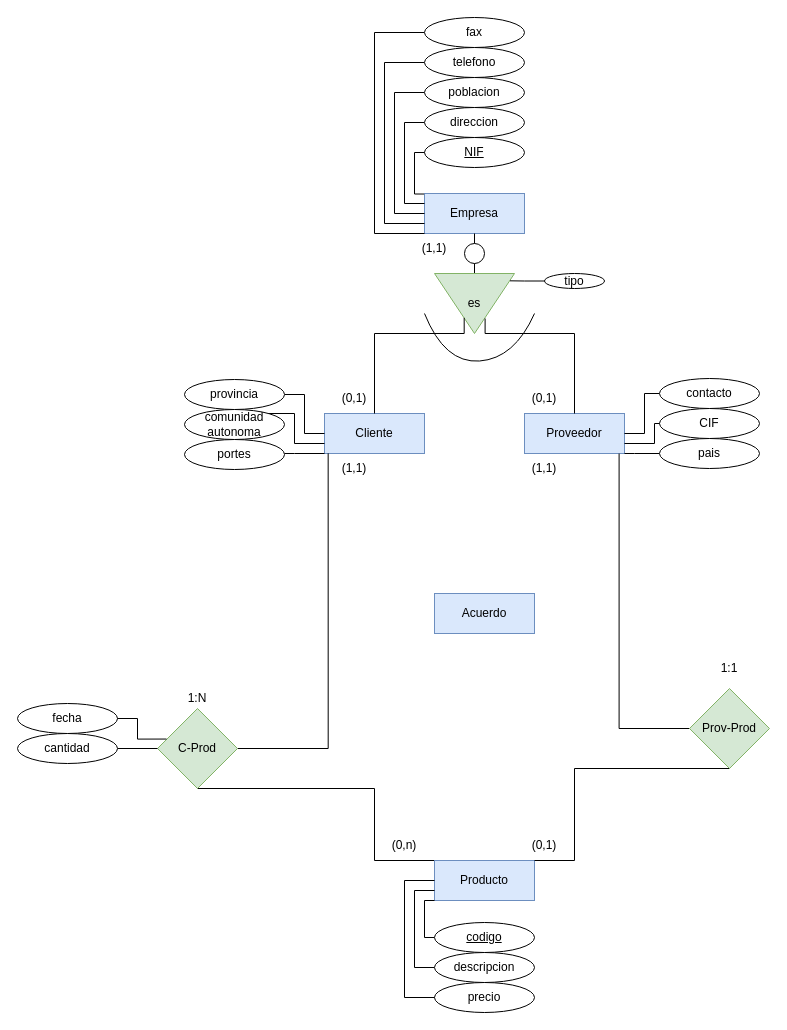
This is Unidad_1/Tareas/Tareas_entregables/Tarea_4/Empresa.drawio from OxideVanadium/base_de_datos, a draw.io file, before an edit. Source tidied: cells renumbered, new cells numbered last; positions are measured from the earlier drawing's top-left corner, leaving out a move shared by most shapes. Both pictures are drawn from the tidied source at 100%, with x=0, y=0 at pixel (17, 17).
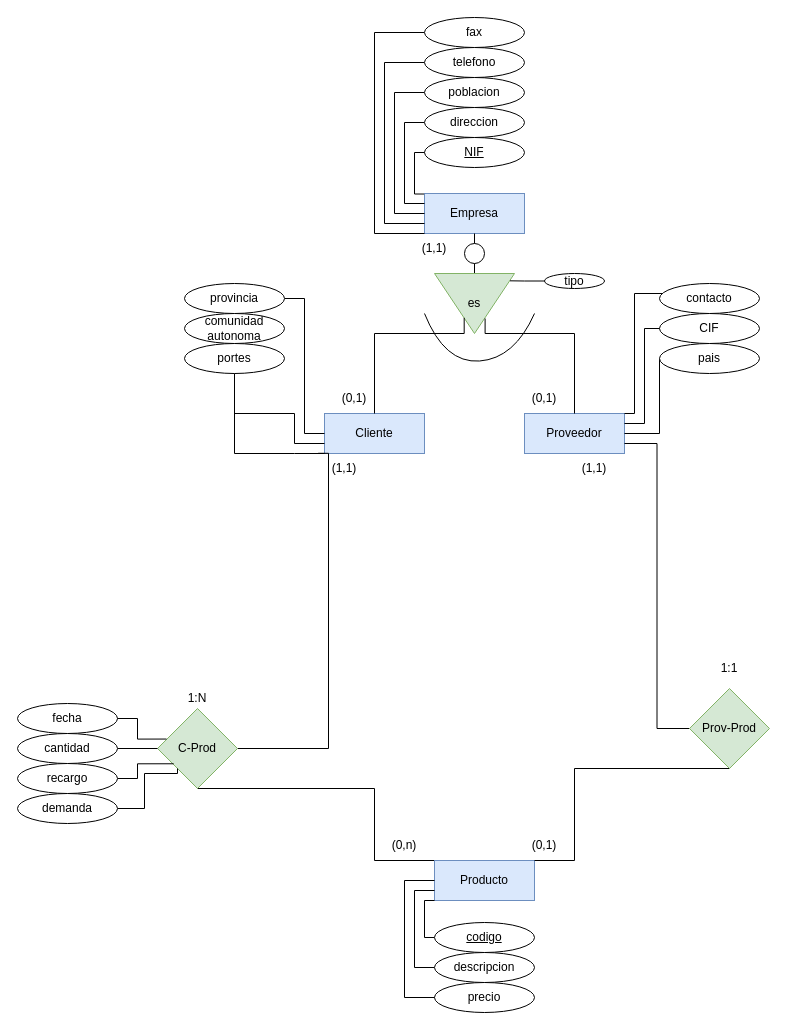
Above is the later version.

The change refers to these unchanged cells:
```xml
<mxCell id="4" value="Proveedor" style="whiteSpace=wrap;html=1;align=center;fillColor=#dae8fc;strokeColor=#6c8ebf;" parent="1" vertex="1">
  <mxGeometry x="507" y="396" width="100" height="40" as="geometry" />
</mxCell>
<mxCell id="36" value="Prov-Prod" style="rhombus;whiteSpace=wrap;html=1;fillColor=#d5e8d4;strokeColor=#82b366;" parent="1" vertex="1">
  <mxGeometry x="672" y="671" width="80" height="80" as="geometry" />
</mxCell>
<mxCell id="38" value="C-Prod" style="rhombus;whiteSpace=wrap;html=1;fillColor=#d5e8d4;strokeColor=#82b366;" parent="1" vertex="1">
  <mxGeometry x="140" y="691" width="80" height="80" as="geometry" />
</mxCell>
```

Change to the diagram source:
```diff
@@
     <mxCell id="24" value="provincia" style="ellipse;whiteSpace=wrap;html=1;align=center;" parent="1" vertex="1">
-      <mxGeometry x="167" y="362" width="100" height="30" as="geometry" />
+      <mxGeometry x="167" y="266" width="100" height="30" as="geometry" />
     </mxCell>
@@
     <mxCell id="26" value="comunidad autonoma" style="ellipse;whiteSpace=wrap;html=1;align=center;" parent="1" vertex="1">
-      <mxGeometry x="167" y="392" width="100" height="30" as="geometry" />
+      <mxGeometry x="167" y="296" width="100" height="30" as="geometry" />
     </mxCell>
@@
     <mxCell id="28" value="portes" style="ellipse;whiteSpace=wrap;html=1;align=center;" parent="1" vertex="1">
-      <mxGeometry x="167" y="422" width="100" height="30" as="geometry" />
+      <mxGeometry x="167" y="326" width="100" height="30" as="geometry" />
     </mxCell>
-    <mxCell id="29" style="edgeStyle=orthogonalEdgeStyle;rounded=0;jettySize=auto;html=1;entryX=1;entryY=0.5;entryDx=0;entryDy=0;endArrow=none;endFill=0;" parent="1" edge="1" source="30" target="4">
+    <mxCell id="29" style="edgeStyle=orthogonalEdgeStyle;rounded=0;jettySize=auto;html=1;entryX=1;entryY=0;entryDx=0;entryDy=0;endArrow=none;endFill=0;" parent="1" edge="1" source="30" target="4">
       <mxGeometry relative="1" as="geometry">
         <Array as="points">
-          <mxPoint x="627" y="376" />
-          <mxPoint x="627" y="416" />
+          <mxPoint x="617" y="276" />
+          <mxPoint x="617" y="396" />
         </Array>
       </mxGeometry>
     </mxCell>
     <mxCell id="30" value="contacto" style="ellipse;whiteSpace=wrap;html=1;align=center;" parent="1" vertex="1">
-      <mxGeometry x="642" y="361" width="100" height="30" as="geometry" />
+      <mxGeometry x="642" y="266" width="100" height="30" as="geometry" />
     </mxCell>
     <mxCell id="31" value="CIF" style="ellipse;whiteSpace=wrap;html=1;align=center;" parent="1" vertex="1">
-      <mxGeometry x="642" y="391" width="100" height="30" as="geometry" />
+      <mxGeometry x="642" y="296" width="100" height="30" as="geometry" />
     </mxCell>
-    <mxCell id="32" style="edgeStyle=orthogonalEdgeStyle;rounded=0;jettySize=auto;html=1;entryX=1;entryY=1;entryDx=0;entryDy=0;endArrow=none;endFill=0;" parent="1" edge="1" source="33" target="4">
+    <mxCell id="32" style="edgeStyle=orthogonalEdgeStyle;rounded=0;jettySize=auto;html=1;entryX=1;entryY=0.5;entryDx=0;entryDy=0;endArrow=none;endFill=0;exitX=0;exitY=0.5;exitDx=0;exitDy=0;" parent="1" edge="1" source="33" target="4">
       <mxGeometry relative="1" as="geometry">
         <Array as="points">
-          <mxPoint x="617" y="436" />
-          <mxPoint x="617" y="436" />
+          <mxPoint x="642" y="416" />
         </Array>
       </mxGeometry>
     </mxCell>
     <mxCell id="33" value="pais" style="ellipse;whiteSpace=wrap;html=1;align=center;" parent="1" vertex="1">
-      <mxGeometry x="642" y="421" width="100" height="30" as="geometry" />
+      <mxGeometry x="642" y="326" width="100" height="30" as="geometry" />
     </mxCell>
-    <mxCell id="34" style="edgeStyle=orthogonalEdgeStyle;rounded=0;jettySize=auto;html=1;entryX=0.946;entryY=1.002;entryDx=0;entryDy=0;endArrow=none;endFill=0;entryPerimeter=0;" parent="1" edge="1" source="36" target="4">
+    <mxCell id="34" style="edgeStyle=orthogonalEdgeStyle;rounded=0;jettySize=auto;html=1;entryX=1;entryY=0.75;entryDx=0;entryDy=0;endArrow=none;endFill=0;" parent="1" edge="1" source="36" target="4">
       <mxGeometry relative="1" as="geometry" />
     </mxCell>
@@
-    <mxCell id="40" style="edgeStyle=orthogonalEdgeStyle;rounded=0;jettySize=auto;html=1;endArrow=none;endFill=0;" parent="1" edge="1" source="31">
+    <mxCell id="40" style="edgeStyle=orthogonalEdgeStyle;rounded=0;jettySize=auto;html=1;endArrow=none;endFill=0;entryX=1;entryY=0.25;entryDx=0;entryDy=0;" parent="1" edge="1" source="31" target="4">
       <mxGeometry relative="1" as="geometry">
-        <mxPoint x="607" y="426" as="targetPoint" />
         <Array as="points">
-          <mxPoint x="637" y="406" />
-          <mxPoint x="637" y="426" />
+          <mxPoint x="627" y="311" />
+          <mxPoint x="627" y="406" />
         </Array>
       </mxGeometry>
     </mxCell>
@@
     <mxCell id="55" value="(1,1)" style="text;html=1;strokeColor=none;fillColor=none;align=center;verticalAlign=middle;whiteSpace=wrap;rounded=0;" parent="1" vertex="1">
-      <mxGeometry x="497" y="436" width="60" height="30" as="geometry" />
+      <mxGeometry x="547" y="436" width="60" height="30" as="geometry" />
     </mxCell>
@@
     <mxCell id="59" value="(1,1)" style="text;html=1;strokeColor=none;fillColor=none;align=center;verticalAlign=middle;whiteSpace=wrap;rounded=0;" parent="1" vertex="1">
-      <mxGeometry x="307" y="436" width="60" height="30" as="geometry" />
+      <mxGeometry x="297" y="436" width="60" height="30" as="geometry" />
     </mxCell>
@@
-    <mxCell id="63" value="Acuerdo" style="whiteSpace=wrap;html=1;align=center;fillColor=#dae8fc;strokeColor=#6c8ebf;" parent="1" vertex="1">
-      <mxGeometry x="417" y="576" width="100" height="40" as="geometry" />
-    </mxCell>
+    <mxCell id="64" style="edgeStyle=orthogonalEdgeStyle;rounded=0;jettySize=auto;html=1;entryX=0.202;entryY=0.691;entryDx=0;entryDy=0;entryPerimeter=0;endArrow=none;endFill=0;exitX=1;exitY=0.5;exitDx=0;exitDy=0;" parent="1" edge="1" source="65" target="38">
+      <mxGeometry relative="1" as="geometry" />
+    </mxCell>
+    <mxCell id="65" value="recargo" style="ellipse;whiteSpace=wrap;html=1;align=center;" parent="1" vertex="1">
+      <mxGeometry y="746" width="100" height="30" as="geometry" />
+    </mxCell>
+    <mxCell id="66" style="edgeStyle=orthogonalEdgeStyle;rounded=0;jettySize=auto;html=1;entryX=0;entryY=1;entryDx=0;entryDy=0;endArrow=none;endFill=0;" parent="1" edge="1" source="67" target="38">
+      <mxGeometry relative="1" as="geometry">
+        <Array as="points">
+          <mxPoint x="127" y="791" />
+          <mxPoint x="127" y="756" />
+          <mxPoint x="160" y="756" />
+        </Array>
+      </mxGeometry>
+    </mxCell>
+    <mxCell id="67" value="demanda" style="ellipse;whiteSpace=wrap;html=1;align=center;" parent="1" vertex="1">
+      <mxGeometry y="776" width="100" height="30" as="geometry" />
+    </mxCell>
```
